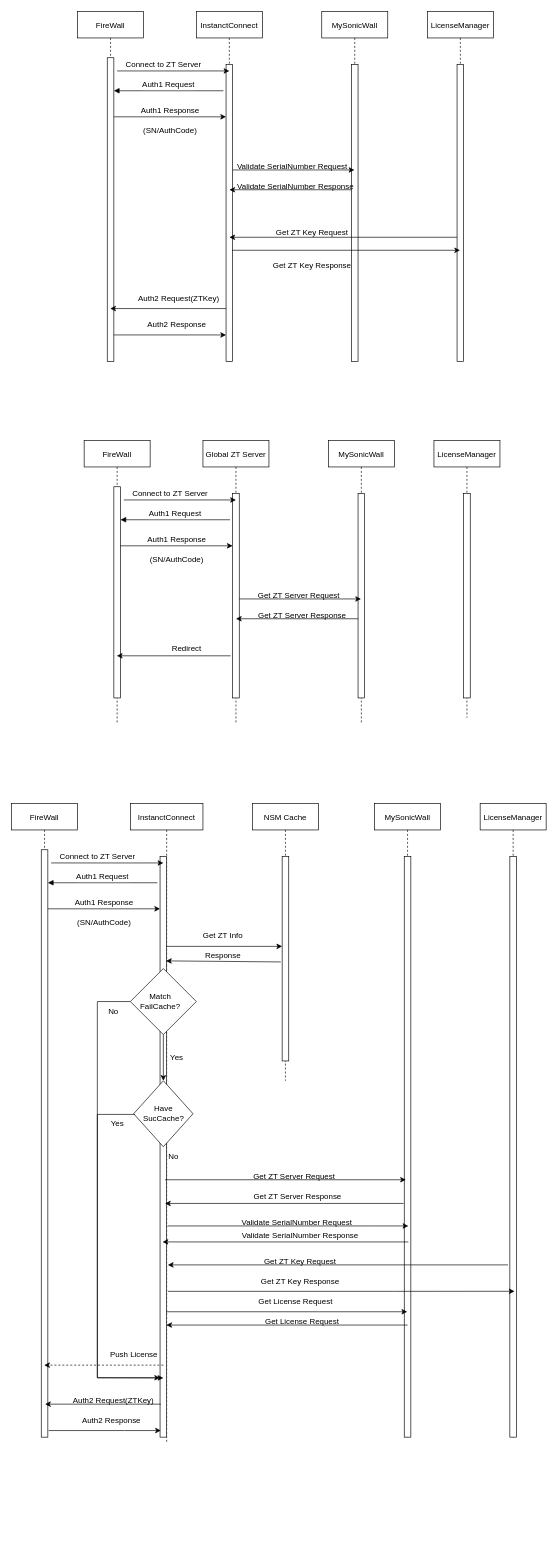
Above: 未命名绘图.drawio in Phoebuz/Phoebuz.github.io (draw.io), before the change. Source tidied: cells renumbered, new cells numbered last; positions are measured from the earlier drawing's top-left corner, leaving out a move shared by most shapes. Both pictures are drawn from the tidied source at 66%, with x=0, y=0 at pixel (11, 11).
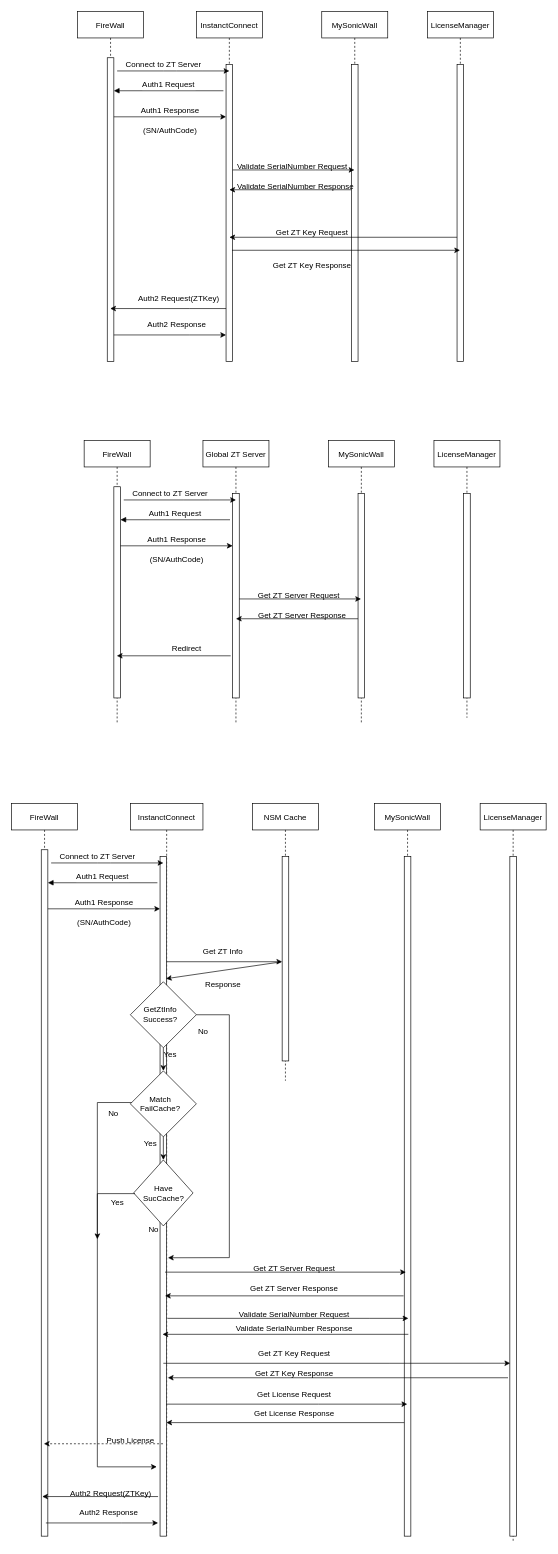
After the change.

The edit, as a diff of the source:
```diff
@@
     <mxCell id="48" value="FireWall" style="shape=umlLifeline;perimeter=lifelinePerimeter;rounded=0;shadow=0;strokeWidth=1;" parent="1" vertex="1">
-      <mxGeometry y="1200" width="100" height="960" as="geometry" />
+      <mxGeometry y="1200" width="100" height="1110" as="geometry" />
     </mxCell>
     <mxCell id="49" style="perimeter=orthogonalPerimeter;rounded=0;shadow=0;strokeWidth=1;" parent="48" vertex="1">
-      <mxGeometry x="45" y="70" width="10" height="890" as="geometry" />
+      <mxGeometry x="45" y="70" width="10" height="1040" as="geometry" />
     </mxCell>
@@
     <mxCell id="51" value="InstanctConnect" style="shape=umlLifeline;perimeter=lifelinePerimeter;rounded=0;shadow=0;strokeWidth=1;" parent="1" vertex="1">
-      <mxGeometry x="180" y="1200" width="110" height="970" as="geometry" />
+      <mxGeometry x="180" y="1200" width="110" height="1110" as="geometry" />
     </mxCell>
     <mxCell id="52" style="points=[];perimeter=orthogonalPerimeter;rounded=0;shadow=0;strokeWidth=1;" parent="51" vertex="1">
-      <mxGeometry x="45" y="80" width="10" height="880" as="geometry" />
+      <mxGeometry x="45" y="80" width="10" height="1030" as="geometry" />
     </mxCell>
@@
     <mxCell id="54" style="rhombus;whiteSpace=wrap;html=1;fontSize=12;" parent="51" vertex="1">
-      <mxGeometry y="250" width="100" height="100" as="geometry" />
+      <mxGeometry y="405" width="100" height="100" as="geometry" />
     </mxCell>
     <mxCell id="55" value="Match&lt;br&gt;FailCache?" style="text;html=1;align=center;verticalAlign=middle;points=[];strokeColor=none;fillColor=none;fontSize=12;" parent="51" vertex="1">
-      <mxGeometry x="5" y="280" width="80" height="40" as="geometry" />
+      <mxGeometry x="5" y="435" width="80" height="40" as="geometry" />
     </mxCell>
     <mxCell id="56" style="rhombus;whiteSpace=wrap;html=1;fontSize=12;" parent="51" vertex="1">
-      <mxGeometry x="5" y="420" width="90" height="100" as="geometry" />
+      <mxGeometry x="5" y="540" width="90" height="100" as="geometry" />
     </mxCell>
     <mxCell id="57" value="Have &lt;br&gt;SucCache?" style="text;html=1;align=center;verticalAlign=middle;points=[];strokeColor=none;fillColor=none;fontSize=12;" parent="51" vertex="1">
-      <mxGeometry x="5" y="450" width="90" height="40" as="geometry" />
+      <mxGeometry x="5" y="570" width="90" height="40" as="geometry" />
     </mxCell>
     <mxCell id="58" style="endArrow=classic;html=1;rounded=0;fontSize=12;entryX=0.5;entryY=0;entryDx=0;entryDy=0;" parent="51" edge="1" target="56">
       <mxGeometry relative="1" as="geometry">
-        <mxPoint x="50" y="350" as="sourcePoint" />
+        <mxPoint x="50" y="505" as="sourcePoint" />
       </mxGeometry>
     </mxCell>
     <mxCell id="59" value="Yes" style="text;html=1;align=center;verticalAlign=middle;strokeColor=none;fillColor=none;fontSize=12;" parent="51" vertex="1">
-      <mxGeometry x="50" y="370" width="40" height="30" as="geometry" />
+      <mxGeometry x="10" y="500" width="40" height="30" as="geometry" />
     </mxCell>
-    <mxCell id="60" style="endArrow=classic;html=1;rounded=0;fontSize=12;exitX=0;exitY=0.5;exitDx=0;exitDy=0;" parent="51" edge="1" source="54" target="52">
-      <mxGeometry relative="1" as="geometry">
-        <Array as="points">
-          <mxPoint x="-50" y="300" />
-          <mxPoint x="-50" y="870" />
-        </Array>
-      </mxGeometry>
-    </mxCell>
     <mxCell id="61" value="No" style="text;html=1;align=center;verticalAlign=middle;strokeColor=none;fillColor=none;fontSize=12;" parent="51" vertex="1">
-      <mxGeometry x="45" y="520" width="40" height="30" as="geometry" />
+      <mxGeometry x="15" y="630" width="40" height="30" as="geometry" />
     </mxCell>
-    <mxCell id="62" style="endArrow=classic;html=1;rounded=0;fontSize=12;exitX=0.022;exitY=0.525;exitDx=0;exitDy=0;exitPerimeter=0;entryX=0.5;entryY=0.898;entryDx=0;entryDy=0;entryPerimeter=0;" parent="51" edge="1" source="57" target="52">
+    <mxCell id="62" style="endArrow=classic;html=1;rounded=0;fontSize=12;exitX=0.022;exitY=0.525;exitDx=0;exitDy=0;exitPerimeter=0;" parent="51" edge="1" source="57">
       <mxGeometry relative="1" as="geometry">
+        <mxPoint x="40" y="1005" as="targetPoint" />
         <Array as="points">
-          <mxPoint x="-50" y="471" />
-          <mxPoint x="-50" y="870" />
+          <mxPoint x="-50" y="591" />
+          <mxPoint x="-50" y="1005" />
         </Array>
       </mxGeometry>
     </mxCell>
+    <mxCell id="101" style="edgeStyle=orthogonalEdgeStyle;rounded=0;jettySize=auto;html=1;exitX=0.5;exitY=1;exitDx=0;exitDy=0;fontSize=12;entryX=0.5;entryY=0;entryDx=0;entryDy=0;" parent="51" edge="1" source="102" target="54">
+      <mxGeometry relative="1" as="geometry" />
+    </mxCell>
+    <mxCell id="102" style="rhombus;whiteSpace=wrap;html=1;fontSize=12;" parent="51" vertex="1">
+      <mxGeometry y="270" width="100" height="100" as="geometry" />
+    </mxCell>
+    <mxCell id="103" value="GetZtInfo&lt;br&gt;Success?" style="text;html=1;align=center;verticalAlign=middle;strokeColor=none;fillColor=none;fontSize=12;" parent="51" vertex="1">
+      <mxGeometry x="5" y="300" width="80" height="40" as="geometry" />
+    </mxCell>
+    <mxCell id="104" style="endArrow=classic;html=1;rounded=0;fontSize=12;exitX=1;exitY=0.5;exitDx=0;exitDy=0;entryX=0.518;entryY=0.62;entryDx=0;entryDy=0;entryPerimeter=0;" parent="51" edge="1" source="102" target="51">
+      <mxGeometry relative="1" as="geometry">
+        <Array as="points">
+          <mxPoint x="150" y="320" />
+          <mxPoint x="150" y="688" />
+        </Array>
+      </mxGeometry>
+    </mxCell>
     <mxCell id="63" value="Push License" style="text;html=1;align=center;verticalAlign=middle;strokeColor=none;fillColor=none;fontSize=12;" parent="51" vertex="1">
-      <mxGeometry x="-45" y="820" width="100" height="30" as="geometry" />
+      <mxGeometry x="-50" y="950" width="100" height="30" as="geometry" />
     </mxCell>
     <mxCell id="64" value="LicenseManager" style="shape=umlLifeline;perimeter=lifelinePerimeter;rounded=0;shadow=0;strokeWidth=1;" parent="1" vertex="1">
-      <mxGeometry x="710" y="1200" width="100" height="960" as="geometry" />
+      <mxGeometry x="710" y="1200" width="100" height="1120" as="geometry" />
     </mxCell>
     <mxCell id="65" style="perimeter=orthogonalPerimeter;rounded=0;shadow=0;strokeWidth=1;" parent="64" vertex="1">
-      <mxGeometry x="45" y="80" width="10" height="880" as="geometry" />
+      <mxGeometry x="45" y="80" width="10" height="1030" as="geometry" />
     </mxCell>
@@
     <mxCell id="69" value="MySonicWall" style="shape=umlLifeline;perimeter=lifelinePerimeter;rounded=0;shadow=0;strokeWidth=1;" parent="1" vertex="1">
-      <mxGeometry x="550" y="1200" width="100" height="960" as="geometry" />
+      <mxGeometry x="550" y="1200" width="100" height="1110" as="geometry" />
     </mxCell>
     <mxCell id="70" style="points=[];perimeter=orthogonalPerimeter;rounded=0;shadow=0;strokeWidth=1;" parent="69" vertex="1">
-      <mxGeometry x="45" y="80" width="10" height="880" as="geometry" />
+      <mxGeometry x="45" y="80" width="10" height="1030" as="geometry" />
     </mxCell>
     <mxCell id="71" style="endArrow=classic;html=1;rounded=0;fontSize=12;" parent="69" edge="1">
       <mxGeometry relative="1" as="geometry">
-        <mxPoint x="-313.8" y="640" as="sourcePoint" />
-        <mxPoint x="51.2" y="640" as="targetPoint" />
+        <mxPoint x="-313.8" y="780" as="sourcePoint" />
+        <mxPoint x="51.2" y="780" as="targetPoint" />
         <Array as="points">
-          <mxPoint x="-8.2" y="640" />
+          <mxPoint x="-8.2" y="780" />
         </Array>
       </mxGeometry>
     </mxCell>
-    <mxCell id="72" style="endArrow=classic;html=1;rounded=0;fontSize=12;" parent="69" edge="1">
-      <mxGeometry relative="1" as="geometry">
-        <mxPoint x="-313.2" y="739.1" as="sourcePoint" />
-        <mxPoint x="212.2" y="739" as="targetPoint" />
-        <Array as="points">
-          <mxPoint x="28.8" y="739.1" />
-        </Array>
-      </mxGeometry>
-    </mxCell>
-    <mxCell id="73" style="endArrow=classic;html=1;rounded=0;fontSize=12;" parent="1" edge="1">
-      <mxGeometry relative="1" as="geometry">
-        <mxPoint x="226.2" y="2110" as="sourcePoint" />
-        <mxPoint x="50.8" y="2110" as="targetPoint" />
-        <Array as="points">
-          <mxPoint x="171.2" y="2110" />
-        </Array>
-      </mxGeometry>
-    </mxCell>
-    <mxCell id="74" style="endArrow=classic;html=1;rounded=0;fontSize=12;" parent="1" edge="1">
-      <mxGeometry relative="1" as="geometry">
-        <mxPoint x="56.2" y="2150" as="sourcePoint" />
-        <mxPoint x="226.2" y="2150" as="targetPoint" />
-        <Array as="points">
-          <mxPoint x="171.2" y="2150" />
-        </Array>
-      </mxGeometry>
-    </mxCell>
-    <mxCell id="75" value="Auth2 Request(ZTKey)" style="text;html=1;align=center;verticalAlign=middle;strokeColor=none;fillColor=none;fontSize=12;" parent="1" vertex="1">
-      <mxGeometry x="79.2" y="2090" width="150" height="30" as="geometry" />
-    </mxCell>
-    <mxCell id="76" value="Auth2 Response" style="text;html=1;align=center;verticalAlign=middle;strokeColor=none;fillColor=none;fontSize=12;" parent="1" vertex="1">
-      <mxGeometry x="96.2" y="2120" width="110" height="30" as="geometry" />
-    </mxCell>
-    <mxCell id="77" value="(SN/AuthCode)" style="text;html=1;align=center;verticalAlign=middle;strokeColor=none;fillColor=none;fontSize=12;" parent="1" vertex="1">
-      <mxGeometry x="90" y="1365" width="100" height="30" as="geometry" />
-    </mxCell>
-    <mxCell id="78" style="endArrow=classic;html=1;rounded=0;fontSize=12;" parent="1" edge="1">
+    <mxCell id="78" style="endArrow=classic;html=1;rounded=0;fontSize=12;" parent="69" edge="1">
       <mxGeometry relative="1" as="geometry">
-        <mxPoint x="752.2" y="1899" as="sourcePoint" />
-        <mxPoint x="236.8" y="1899" as="targetPoint" />
+        <mxPoint x="202.2" y="870" as="sourcePoint" />
+        <mxPoint x="-313.2" y="870" as="targetPoint" />
       </mxGeometry>
     </mxCell>
-    <mxCell id="79" style="endArrow=classic;html=1;rounded=0;fontSize=12;exitX=0.1;exitY=0.484;exitDx=0;exitDy=0;exitPerimeter=0;" parent="1" edge="1">
+    <mxCell id="79" style="endArrow=classic;html=1;rounded=0;fontSize=12;exitX=0.1;exitY=0.484;exitDx=0;exitDy=0;exitPerimeter=0;" parent="69" edge="1">
       <mxGeometry relative="1" as="geometry">
-        <mxPoint x="594" y="1805.9" as="sourcePoint" />
-        <mxPoint x="232.5" y="1805.9" as="targetPoint" />
+        <mxPoint x="44" y="745.9" as="sourcePoint" />
+        <mxPoint x="-317.5" y="745.9" as="targetPoint" />
       </mxGeometry>
     </mxCell>
-    <mxCell id="80" value="Get ZT Server Request" style="text;html=1;align=center;verticalAlign=middle;strokeColor=none;fillColor=none;fontSize=12;" parent="1" vertex="1">
-      <mxGeometry x="353.2" y="1750" width="150" height="30" as="geometry" />
+    <mxCell id="80" value="Get ZT Server Request" style="text;html=1;align=center;verticalAlign=middle;strokeColor=none;fillColor=none;fontSize=12;" parent="69" vertex="1">
+      <mxGeometry x="-196.8" y="690" width="150" height="30" as="geometry" />
     </mxCell>
-    <mxCell id="81" style="endArrow=classic;html=1;rounded=0;fontSize=12;" parent="1" edge="1">
+    <mxCell id="81" style="endArrow=classic;html=1;rounded=0;fontSize=12;" parent="69" edge="1">
       <mxGeometry relative="1" as="geometry">
-        <mxPoint x="232.5" y="1770" as="sourcePoint" />
-        <mxPoint x="597.5" y="1770" as="targetPoint" />
+        <mxPoint x="-317.5" y="710" as="sourcePoint" />
+        <mxPoint x="47.5" y="710" as="targetPoint" />
         <Array as="points">
-          <mxPoint x="463.2" y="1770" />
+          <mxPoint x="-86.8" y="710" />
         </Array>
       </mxGeometry>
     </mxCell>
-    <mxCell id="82" value="Get ZT Server Response" style="text;html=1;align=center;verticalAlign=middle;strokeColor=none;fillColor=none;fontSize=12;" parent="1" vertex="1">
-      <mxGeometry x="353.2" y="1780" width="160" height="30" as="geometry" />
+    <mxCell id="82" value="Get ZT Server Response" style="text;html=1;align=center;verticalAlign=middle;strokeColor=none;fillColor=none;fontSize=12;" parent="69" vertex="1">
+      <mxGeometry x="-201.8" y="720" width="160" height="30" as="geometry" />
     </mxCell>
-    <mxCell id="83" value="Get License Request" style="text;html=1;align=center;verticalAlign=middle;strokeColor=none;fillColor=none;fontSize=12;" parent="1" vertex="1">
-      <mxGeometry x="360" y="1940" width="140" height="30" as="geometry" />
+    <mxCell id="83" value="Get License Request" style="text;html=1;align=center;verticalAlign=middle;strokeColor=none;fillColor=none;fontSize=12;" parent="69" vertex="1">
+      <mxGeometry x="-191.8" y="880" width="140" height="30" as="geometry" />
     </mxCell>
-    <mxCell id="84" style="endArrow=classic;html=1;rounded=0;fontSize=12;exitX=0.5;exitY=0.807;exitDx=0;exitDy=0;exitPerimeter=0;" parent="1" edge="1" source="70" target="51">
-      <mxGeometry relative="1" as="geometry" />
-    </mxCell>
-    <mxCell id="85" value="Get License Request" style="text;html=1;align=center;verticalAlign=middle;strokeColor=none;fillColor=none;fontSize=12;" parent="1" vertex="1">
-      <mxGeometry x="370" y="1970" width="140" height="30" as="geometry" />
+    <mxCell id="85" value="Get License Response" style="text;html=1;align=center;verticalAlign=middle;strokeColor=none;fillColor=none;fontSize=12;" parent="69" vertex="1">
+      <mxGeometry x="-191.8" y="910" width="140" height="30" as="geometry" />
     </mxCell>
-    <mxCell id="86" style="endArrow=classic;html=1;rounded=0;fontSize=12;" parent="1" edge="1" source="51" target="69">
+    <mxCell id="86" style="endArrow=classic;html=1;rounded=0;fontSize=12;" parent="69" edge="1">
       <mxGeometry relative="1" as="geometry">
+        <mxPoint x="-315.5" y="910" as="sourcePoint" />
+        <mxPoint x="49.5" y="910" as="targetPoint" />
         <Array as="points">
-          <mxPoint x="465" y="1970" />
+          <mxPoint x="-85" y="910" />
         </Array>
       </mxGeometry>
     </mxCell>
-    <mxCell id="87" value="Validate SerialNumber Response" style="text;html=1;align=center;verticalAlign=middle;strokeColor=none;fillColor=none;fontSize=12;" parent="1" vertex="1">
-      <mxGeometry x="336.8" y="1840" width="200" height="30" as="geometry" />
+    <mxCell id="87" value="Validate SerialNumber Response" style="text;html=1;align=center;verticalAlign=middle;strokeColor=none;fillColor=none;fontSize=12;" parent="69" vertex="1">
+      <mxGeometry x="-221.8" y="780" width="200" height="30" as="geometry" />
     </mxCell>
-    <mxCell id="88" style="endArrow=classic;html=1;rounded=0;fontSize=12;entryX=0.2;entryY=0.573;entryDx=0;entryDy=0;entryPerimeter=0;" parent="1" edge="1">
+    <mxCell id="88" style="endArrow=classic;html=1;rounded=0;fontSize=12;entryX=0.2;entryY=0.573;entryDx=0;entryDy=0;entryPerimeter=0;" parent="69" edge="1">
       <mxGeometry relative="1" as="geometry">
-        <mxPoint x="601.2" y="1864.2" as="sourcePoint" />
-        <mxPoint x="228.8" y="1864.2" as="targetPoint" />
+        <mxPoint x="51.2" y="804.2" as="sourcePoint" />
+        <mxPoint x="-321.2" y="804.2" as="targetPoint" />
       </mxGeometry>
     </mxCell>
-    <mxCell id="89" value="Get ZT Key Request" style="text;html=1;align=center;verticalAlign=middle;strokeColor=none;fillColor=none;fontSize=12;" parent="1" vertex="1">
-      <mxGeometry x="372.2" y="1879" width="130" height="30" as="geometry" />
+    <mxCell id="89" value="Get ZT Key Request" style="text;html=1;align=center;verticalAlign=middle;strokeColor=none;fillColor=none;fontSize=12;" parent="69" vertex="1">
+      <mxGeometry x="-186.8" y="819" width="130" height="30" as="geometry" />
     </mxCell>
-    <mxCell id="90" value="Validate SerialNumber Request" style="text;html=1;align=center;verticalAlign=middle;strokeColor=none;fillColor=none;fontSize=12;" parent="1" vertex="1">
-      <mxGeometry x="337.2" y="1820" width="190" height="30" as="geometry" />
+    <mxCell id="90" value="Validate SerialNumber Request" style="text;html=1;align=center;verticalAlign=middle;strokeColor=none;fillColor=none;fontSize=12;" parent="69" vertex="1">
+      <mxGeometry x="-216.8" y="760" width="190" height="30" as="geometry" />
     </mxCell>
-    <mxCell id="91" value="Get ZT Key Response" style="text;html=1;align=center;verticalAlign=middle;strokeColor=none;fillColor=none;fontSize=12;" parent="1" vertex="1">
-      <mxGeometry x="367.2" y="1909" width="140" height="30" as="geometry" />
+    <mxCell id="91" value="Get ZT Key Response" style="text;html=1;align=center;verticalAlign=middle;strokeColor=none;fillColor=none;fontSize=12;" parent="69" vertex="1">
+      <mxGeometry x="-191.8" y="849" width="140" height="30" as="geometry" />
     </mxCell>
+    <mxCell id="72" style="endArrow=classic;html=1;rounded=0;fontSize=12;" parent="69" edge="1">
+      <mxGeometry relative="1" as="geometry">
+        <mxPoint x="-320" y="848.1" as="sourcePoint" />
+        <mxPoint x="205.5" y="848" as="targetPoint" />
+        <Array as="points">
+          <mxPoint x="22" y="848.1" />
+        </Array>
+      </mxGeometry>
+    </mxCell>
+    <mxCell id="73" style="endArrow=classic;html=1;rounded=0;fontSize=12;" parent="1" edge="1">
+      <mxGeometry relative="1" as="geometry">
+        <mxPoint x="222" y="2250" as="sourcePoint" />
+        <mxPoint x="46.5" y="2250" as="targetPoint" />
+        <Array as="points">
+          <mxPoint x="167" y="2250" />
+        </Array>
+      </mxGeometry>
+    </mxCell>
+    <mxCell id="74" style="endArrow=classic;html=1;rounded=0;fontSize=12;" parent="1" edge="1">
+      <mxGeometry relative="1" as="geometry">
+        <mxPoint x="52" y="2290" as="sourcePoint" />
+        <mxPoint x="222" y="2290" as="targetPoint" />
+        <Array as="points">
+          <mxPoint x="167" y="2290" />
+        </Array>
+      </mxGeometry>
+    </mxCell>
+    <mxCell id="75" value="Auth2 Request(ZTKey)" style="text;html=1;align=center;verticalAlign=middle;strokeColor=none;fillColor=none;fontSize=12;" parent="1" vertex="1">
+      <mxGeometry x="75" y="2230" width="150" height="30" as="geometry" />
+    </mxCell>
+    <mxCell id="76" value="Auth2 Response" style="text;html=1;align=center;verticalAlign=middle;strokeColor=none;fillColor=none;fontSize=12;" parent="1" vertex="1">
+      <mxGeometry x="92" y="2260" width="110" height="30" as="geometry" />
+    </mxCell>
+    <mxCell id="77" value="(SN/AuthCode)" style="text;html=1;align=center;verticalAlign=middle;strokeColor=none;fillColor=none;fontSize=12;" parent="1" vertex="1">
+      <mxGeometry x="90" y="1365" width="100" height="30" as="geometry" />
+    </mxCell>
@@
-    <mxCell id="94" style="endArrow=classic;html=1;rounded=0;fontSize=12;exitX=0.5;exitY=0.876;exitDx=0;exitDy=0;exitPerimeter=0;dashed=1;" parent="1" edge="1" source="52" target="48">
-      <mxGeometry relative="1" as="geometry" />
+    <mxCell id="94" style="endArrow=classic;html=1;rounded=0;fontSize=12;exitX=0.5;exitY=0.876;exitDx=0;exitDy=0;exitPerimeter=0;dashed=1;" parent="1" edge="1">
+      <mxGeometry relative="1" as="geometry">
+        <mxPoint x="229.5" y="2170" as="sourcePoint" />
+        <mxPoint x="49" y="2170" as="targetPoint" />
+      </mxGeometry>
     </mxCell>
@@
     <mxCell id="96" value="Get ZT Info" style="text;html=1;align=center;verticalAlign=middle;strokeColor=none;fillColor=none;fontSize=12;" parent="1" vertex="1">
-      <mxGeometry x="280" y="1385" width="80" height="30" as="geometry" />
+      <mxGeometry x="280" y="1410" width="80" height="30" as="geometry" />
     </mxCell>
@@
     <mxCell id="98" value="Response" style="text;html=1;align=center;verticalAlign=middle;strokeColor=none;fillColor=none;fontSize=12;" parent="1" vertex="1">
-      <mxGeometry x="280" y="1415" width="80" height="30" as="geometry" />
+      <mxGeometry x="280" y="1460" width="80" height="30" as="geometry" />
     </mxCell>
     <mxCell id="99" value="No" style="text;html=1;align=center;verticalAlign=middle;strokeColor=none;fillColor=none;fontSize=12;" parent="1" vertex="1">
-      <mxGeometry x="134.2" y="1500" width="40" height="30" as="geometry" />
+      <mxGeometry x="134.2" y="1655" width="40" height="30" as="geometry" />
     </mxCell>
     <mxCell id="100" value="Yes" style="text;html=1;align=center;verticalAlign=middle;strokeColor=none;fillColor=none;fontSize=12;" parent="1" vertex="1">
-      <mxGeometry x="140" y="1670" width="40" height="30" as="geometry" />
+      <mxGeometry x="140" y="1790" width="40" height="30" as="geometry" />
     </mxCell>
+    <mxCell id="105" style="endArrow=classic;html=1;rounded=0;fontSize=12;exitX=-0.037;exitY=0.45;exitDx=0;exitDy=0;exitPerimeter=0;" parent="1" edge="1" source="55">
+      <mxGeometry relative="1" as="geometry">
+        <mxPoint x="130" y="1860" as="targetPoint" />
+        <Array as="points">
+          <mxPoint x="130" y="1653" />
+        </Array>
+      </mxGeometry>
+    </mxCell>
+    <mxCell id="106" value="Yes" style="text;html=1;align=center;verticalAlign=middle;strokeColor=none;fillColor=none;fontSize=12;" parent="1" vertex="1">
+      <mxGeometry x="220" y="1565" width="40" height="30" as="geometry" />
+    </mxCell>
+    <mxCell id="107" value="No" style="text;html=1;align=center;verticalAlign=middle;strokeColor=none;fillColor=none;fontSize=12;" parent="1" vertex="1">
+      <mxGeometry x="270" y="1530" width="40" height="30" as="geometry" />
+    </mxCell>
+    <mxCell id="84" style="endArrow=classic;html=1;rounded=0;fontSize=12;exitX=0;exitY=0.833;exitDx=0;exitDy=0;exitPerimeter=0;" parent="1" edge="1" source="70" target="51">
+      <mxGeometry relative="1" as="geometry" />
+    </mxCell>
```
